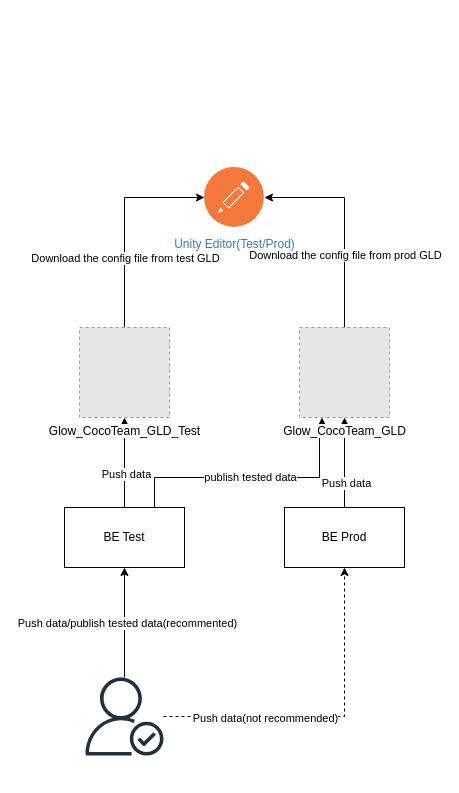
Earlier version of the draw.io diagram page "Two environments" (2 of 2) of Glow Content Tools.drawio (yaohuiwu/SimpleFS). Source tidied: cells renumbered, new cells numbered last; positions are measured from the earlier drawing's top-left corner, leaving out a move shared by most shapes. Both pictures are drawn from the tidied source at 100%, with x=0, y=0 at pixel (64, 167). Pictures stored in the file or linked from it are replaced by grey dashed boxes.
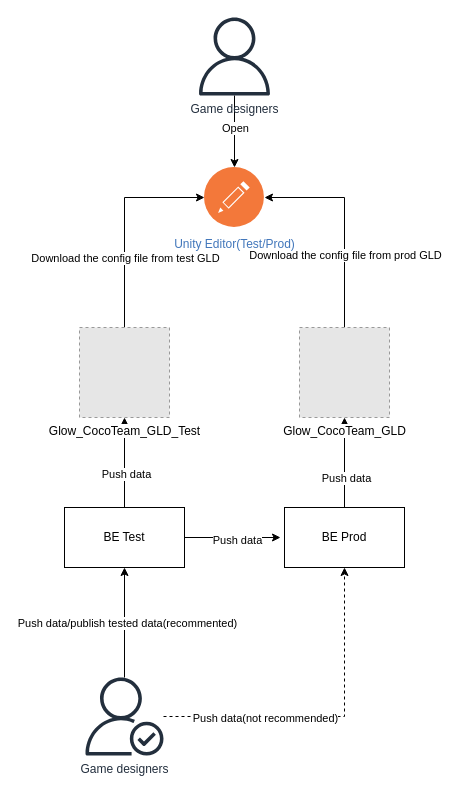
The same diagram, later.

Unchanged cells that the change refers to:
```xml
<mxCell id="6" value="BE Test" style="rounded=0;whiteSpace=wrap;html=1;" parent="1" vertex="1">
  <mxGeometry y="340" width="120" height="60" as="geometry" />
</mxCell>
<mxCell id="7" style="edgeStyle=orthogonalEdgeStyle;rounded=0;jettySize=auto;html=1;entryX=0.5;entryY=1;entryDx=0;entryDy=0;exitX=0.5;exitY=0;exitDx=0;exitDy=0;" parent="1" edge="1" source="9" target="15">
  <mxGeometry relative="1" as="geometry" />
</mxCell>
<mxCell id="15" value="Glow_CocoTeam_GLD" style="fillColor=#E6E6E6;strokeColor=#999999;dashed=1;html=1;verticalAlign=top;verticalLabelPosition=bottom;labelBackgroundColor=#ffffff;" parent="1" vertex="1">
  <mxGeometry x="235" y="160" width="90" height="90" as="geometry" />
</mxCell>
<mxCell id="16" value="Unity Editor(Test/Prod)" style="image;perimeter=ellipsePerimeter;html=1;align=center;shadow=0;dashed=0;fontColor=#4277BB;labelBackgroundColor=default;fontSize=12;spacingTop=3;image=img/lib/ibm/devops/code_editor.svg;" parent="1" vertex="1">
  <mxGeometry x="140" width="60" height="60" as="geometry" />
</mxCell>
```

The edit, as a diff of the source:
```diff
@@
-    <mxCell id="4" style="edgeStyle=orthogonalEdgeStyle;rounded=0;jettySize=auto;html=1;exitX=0.75;exitY=0;exitDx=0;exitDy=0;entryX=0.25;entryY=1;entryDx=0;entryDy=0;" parent="1" edge="1" source="6" target="15">
-      <mxGeometry relative="1" as="geometry">
-        <Array as="points">
-          <mxPoint x="90" y="310" />
-          <mxPoint x="255" y="310" />
-          <mxPoint x="255" y="270" />
-          <mxPoint x="258" y="270" />
-        </Array>
-      </mxGeometry>
-    </mxCell>
-    <mxCell id="5" value="publish tested data" style="edgeLabel;html=1;align=center;verticalAlign=middle;" parent="4" vertex="1">
-      <mxGeometry x="-0.03" y="1" relative="1" as="geometry" />
-    </mxCell>
+    <mxCell id="22" style="edgeStyle=orthogonalEdgeStyle;rounded=0;jettySize=auto;html=1;exitX=1;exitY=0.5;exitDx=0;exitDy=0;" parent="1" edge="1" source="6">
+      <mxGeometry relative="1" as="geometry">
+        <mxPoint x="216" y="370" as="targetPoint" />
+      </mxGeometry>
+    </mxCell>
+    <mxCell id="23" value="Push data" style="edgeLabel;html=1;align=center;verticalAlign=middle;" parent="22" vertex="1">
+      <mxGeometry x="0.09" y="-2" relative="1" as="geometry" />
+    </mxCell>
@@
     <mxCell id="8" value="Push data" style="edgeLabel;html=1;align=center;verticalAlign=middle;" parent="7" vertex="1">
-      <mxGeometry x="-0.45" y="-1" relative="1" as="geometry" />
+      <mxGeometry x="-0.45" y="-1" relative="1" as="geometry">
+        <mxPoint y="-5" as="offset" />
+      </mxGeometry>
     </mxCell>
@@
-    <mxCell id="21" style="sketch=0;outlineConnect=0;fontColor=#232F3E;gradientColor=none;fillColor=#232F3D;strokeColor=none;dashed=0;verticalLabelPosition=bottom;verticalAlign=top;align=center;html=1;fontSize=12;fontStyle=0;shape=mxgraph.aws4.authenticated_user;" parent="1" vertex="1">
+    <mxCell id="21" value="Game designers" style="sketch=0;outlineConnect=0;fontColor=#232F3E;gradientColor=none;fillColor=#232F3D;strokeColor=none;dashed=0;verticalLabelPosition=bottom;verticalAlign=top;align=center;html=1;fontSize=12;fontStyle=0;shape=mxgraph.aws4.authenticated_user;" parent="1" vertex="1">
       <mxGeometry x="21" y="510" width="78" height="78" as="geometry" />
     </mxCell>
+    <mxCell id="24" style="edgeStyle=orthogonalEdgeStyle;rounded=0;jettySize=auto;html=1;" parent="1" edge="1" source="26" target="16">
+      <mxGeometry relative="1" as="geometry" />
+    </mxCell>
+    <mxCell id="25" value="Open" style="edgeLabel;html=1;align=center;verticalAlign=middle;" parent="24" vertex="1">
+      <mxGeometry x="-0.1" relative="1" as="geometry" />
+    </mxCell>
+    <mxCell id="26" value="Game designers" style="sketch=0;outlineConnect=0;fontColor=#232F3E;gradientColor=none;fillColor=#232F3D;strokeColor=none;dashed=0;verticalLabelPosition=bottom;verticalAlign=top;align=center;html=1;fontSize=12;fontStyle=0;shape=mxgraph.aws4.user;" parent="1" vertex="1">
+      <mxGeometry x="131" y="-150" width="78" height="78" as="geometry" />
+    </mxCell>
```
